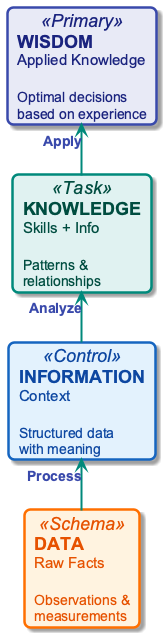
This is diagrams/week01/week1_data_to_wisdom.png from OrPerets/data-engineering-course, a PlantUML export, as it was before one commit.
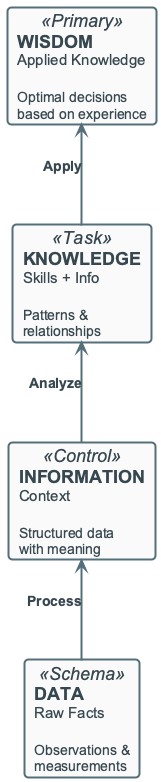
After the change.

Diff of the diagram source:
```diff
@@ -10,8 +10,8 @@
 
 card "**DATA**\n<size:15>Raw Facts</size>\n\n<size:14>Observations &</size>\n<size:14>measurements</size>" as D <<Schema>>
 
-D -up[#00897B,thickness=2]-> I : <color:#3949AB>**Process**</color>
-I -up[#00897B,thickness=2]-> K : <color:#3949AB>**Analyze**</color>
-K -up[#00897B,thickness=2]-> W : <color:#3949AB>**Apply**</color>
+D -up-> I : **Process**
+I -up-> K : **Analyze**
+K -up-> W : **Apply**
 
 @enduml
```
